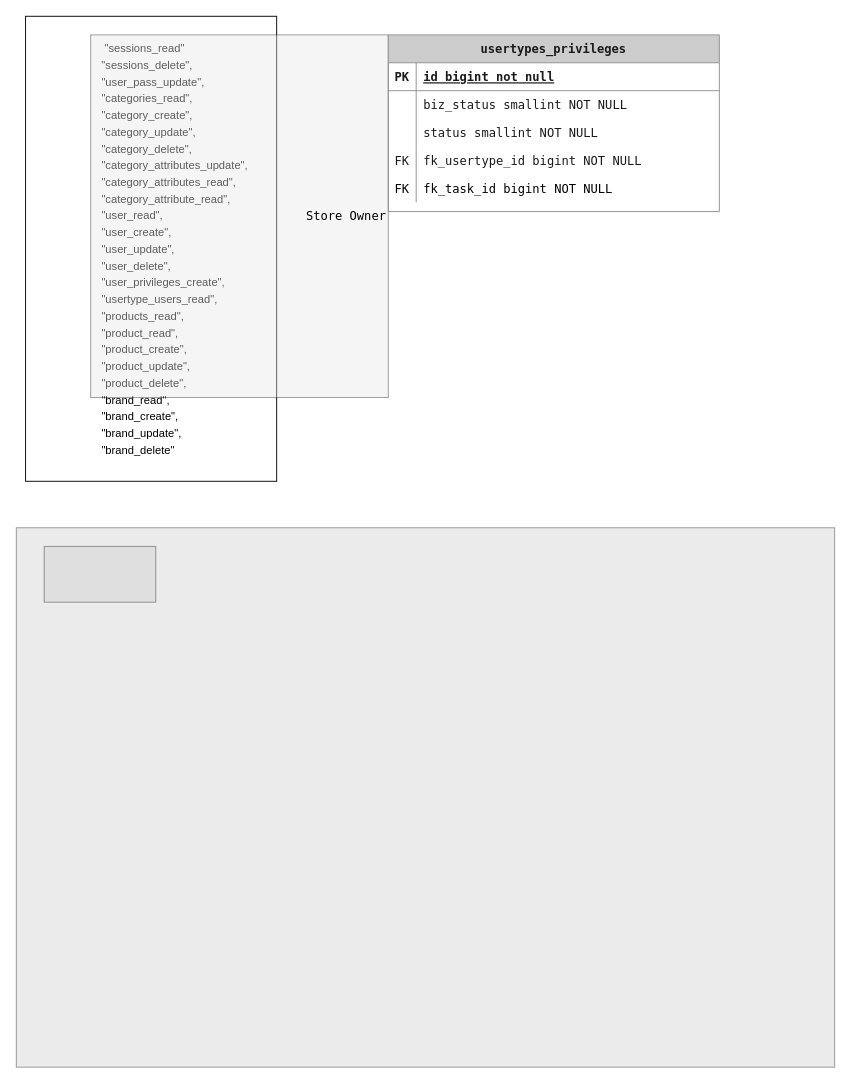
khinemyaezin/coolstuff-ecommerce-v3.0-repository keeps this draw.io diagram as page "authorization" (2 of 3) of ERD.drawio. Above is the earlier version. Source tidied: cells renumbered, new cells numbered last; positions are measured from the earlier drawing's top-left corner, leaving out a move shared by most shapes. Both pictures are drawn from the tidied source at 93%, with x=0, y=0 at pixel (16, 16).
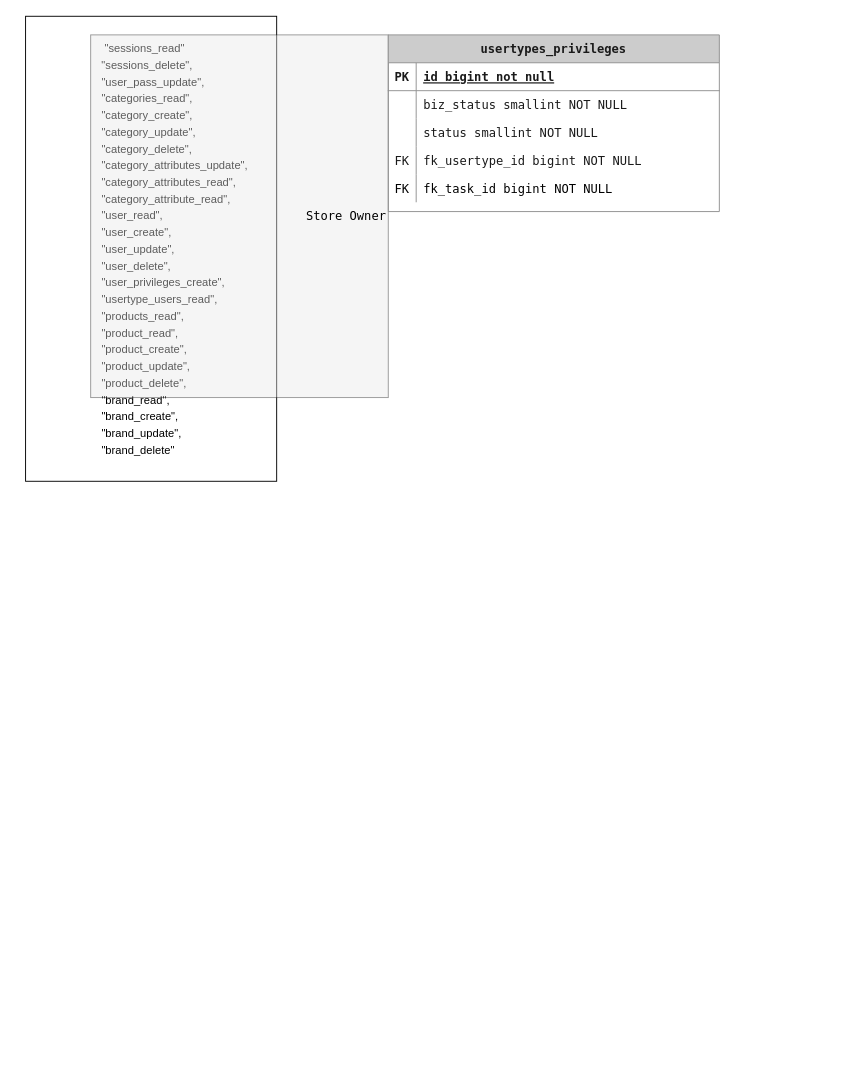
The same page after the edit.

Diff of the diagram source:
```diff
@@
-    <mxCell id="20" style="rounded=0;whiteSpace=wrap;html=1;labelBackgroundColor=none;fontFamily=Lucida Console;fontSize=13;fontColor=#000000;fillColor=#CCCCCC;gradientColor=none;opacity=40;" parent="1" vertex="1">
-      <mxGeometry y="550" width="880" height="580" as="geometry" />
-    </mxCell>
-    <mxCell id="21" style="rounded=0;whiteSpace=wrap;html=1;labelBackgroundColor=none;fontFamily=Lucida Console;fontSize=13;fontColor=#000000;fillColor=#CCCCCC;gradientColor=none;opacity=40;" parent="1" vertex="1">
-      <mxGeometry x="30" y="570" width="120" height="60" as="geometry" />
-    </mxCell>
```
